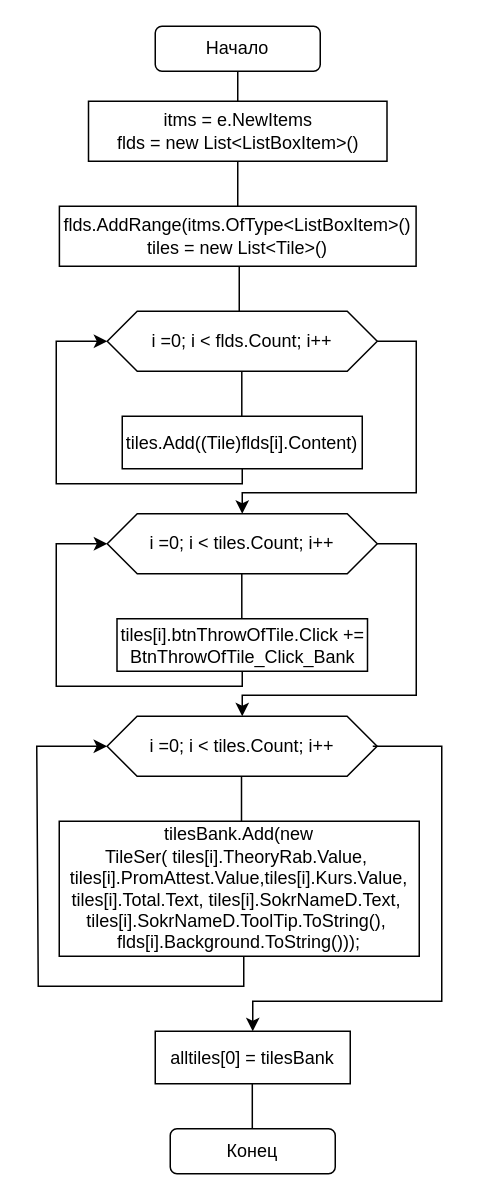
Above: Block_sheme/Main_window/Dobavlenie_dicsipliny_v_bank/Dobavlenie_dicsipliny_v_bank.drawio in iCosmos76/Curriculum-Designer (draw.io), before the change. Source tidied: cells renumbered, new cells numbered last; positions are measured from the earlier drawing's top-left corner, leaving out a move shared by most shapes. Both pictures are drawn from the tidied source at 150%, with x=0, y=0 at pixel (36, 26).
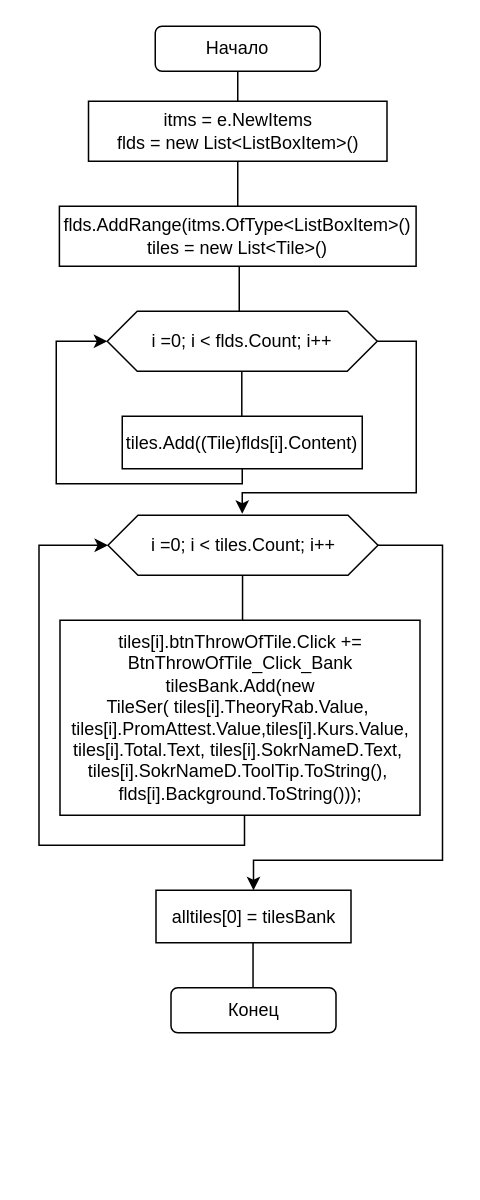
After the change.

Diff of the diagram source:
```diff
@@
-    <mxCell id="12" value="tiles[i].btnThrowOfTile.Click += BtnThrowOfTile_Click_Bank" style="rounded=0;whiteSpace=wrap;html=1;" parent="1" vertex="1">
-      <mxGeometry x="53.5" y="395" width="167" height="35" as="geometry" />
-    </mxCell>
-    <mxCell id="13" style="endArrow=none;html=1;rounded=0;entryX=0.5;entryY=1;entryDx=0;entryDy=0;" parent="1" edge="1">
-      <mxGeometry relative="1" as="geometry">
-        <mxPoint x="136.7" y="395" as="sourcePoint" />
-        <mxPoint x="136.7" y="365" as="targetPoint" />
-      </mxGeometry>
-    </mxCell>
-    <mxCell id="14" style="endArrow=none;html=1;rounded=0;exitX=0;exitY=0.5;exitDx=0;exitDy=0;startArrow=classic;startFill=1;" parent="1" edge="1" source="15">
-      <mxGeometry relative="1" as="geometry">
-        <mxPoint x="137" y="430" as="targetPoint" />
-        <Array as="points">
-          <mxPoint x="13" y="345" />
-          <mxPoint x="13" y="440" />
-          <mxPoint x="137" y="440" />
-        </Array>
-      </mxGeometry>
-    </mxCell>
-    <mxCell id="15" value="&lt;span&gt;i =0; i &amp;lt; tiles.Count; i++&lt;/span&gt;" style="shape=hexagon;perimeter=hexagonPerimeter2;whiteSpace=wrap;html=1;fixedSize=1;" parent="1" vertex="1">
-      <mxGeometry x="47" y="325" width="180" height="40" as="geometry" />
-    </mxCell>
-    <mxCell id="16" style="endArrow=none;html=1;rounded=0;exitX=0.5;exitY=0;exitDx=0;exitDy=0;startArrow=classic;startFill=1;entryX=1;entryY=0.5;entryDx=0;entryDy=0;" parent="1" edge="1" target="15">
-      <mxGeometry relative="1" as="geometry">
-        <mxPoint x="137" y="460" as="sourcePoint" />
-        <Array as="points">
-          <mxPoint x="137" y="446" />
-          <mxPoint x="253" y="446" />
-          <mxPoint x="253" y="345" />
-        </Array>
-      </mxGeometry>
-    </mxCell>
-    <mxCell id="17" value="&lt;div&gt;tilesBank.Add(new TileSer(&amp;nbsp;&lt;span&gt;tiles[i].TheoryRab.Value,&amp;nbsp;&lt;/span&gt;&lt;/div&gt;&lt;div&gt;&lt;span&gt;tiles[i].PromAttest.Value,&lt;/span&gt;&lt;span&gt;tiles[i].Kurs.Value,&lt;/span&gt;&lt;/div&gt;&lt;div&gt;tiles[i].Total.Text,&amp;nbsp;&lt;span&gt;tiles[i].SokrNameD.Text,&amp;nbsp;&lt;/span&gt;&lt;/div&gt;&lt;div&gt;&lt;span&gt;tiles[i].SokrNameD.ToolTip.ToString(),&amp;nbsp;&lt;/span&gt;&lt;/div&gt;&lt;div&gt;&lt;span&gt;flds[i].Background.ToString()));&lt;/span&gt;&lt;/div&gt;" style="rounded=0;whiteSpace=wrap;html=1;" parent="1" vertex="1">
-      <mxGeometry x="15" y="530" width="240" height="90" as="geometry" />
+    <mxCell id="17" value="&lt;div&gt;tiles[i].btnThrowOfTile.Click += BtnThrowOfTile_Click_Bank&lt;br&gt;&lt;/div&gt;&lt;div&gt;tilesBank.Add(new TileSer(&amp;nbsp;&lt;span&gt;tiles[i].TheoryRab.Value,&amp;nbsp;&lt;/span&gt;&lt;/div&gt;&lt;div&gt;&lt;span&gt;tiles[i].PromAttest.Value,&lt;/span&gt;&lt;span&gt;tiles[i].Kurs.Value,&lt;/span&gt;&lt;/div&gt;&lt;div&gt;tiles[i].Total.Text,&amp;nbsp;&lt;span&gt;tiles[i].SokrNameD.Text,&amp;nbsp;&lt;/span&gt;&lt;/div&gt;&lt;div&gt;&lt;span&gt;tiles[i].SokrNameD.ToolTip.ToString(),&amp;nbsp;&lt;/span&gt;&lt;/div&gt;&lt;div&gt;&lt;span&gt;flds[i].Background.ToString()));&lt;/span&gt;&lt;/div&gt;" style="rounded=0;whiteSpace=wrap;html=1;" parent="1" vertex="1">
+      <mxGeometry x="15.5" y="396" width="240" height="130" as="geometry" />
     </mxCell>
     <mxCell id="18" style="endArrow=none;html=1;rounded=0;entryX=0.5;entryY=1;entryDx=0;entryDy=0;" parent="1" edge="1">
       <mxGeometry relative="1" as="geometry">
-        <mxPoint x="136.5" y="530" as="sourcePoint" />
-        <mxPoint x="136.5" y="500" as="targetPoint" />
+        <mxPoint x="137.2" y="396" as="sourcePoint" />
+        <mxPoint x="137.2" y="366" as="targetPoint" />
       </mxGeometry>
     </mxCell>
     <mxCell id="19" style="endArrow=none;html=1;rounded=0;exitX=0;exitY=0.5;exitDx=0;exitDy=0;startArrow=classic;startFill=1;" parent="1" edge="1" source="20">
       <mxGeometry relative="1" as="geometry">
-        <mxPoint x="138" y="620" as="targetPoint" />
+        <mxPoint x="138.5" y="526" as="targetPoint" />
         <Array as="points">
-          <mxPoint y="480" />
-          <mxPoint x="1" y="640" />
-          <mxPoint x="138" y="640" />
+          <mxPoint x="1.5" y="346" />
+          <mxPoint x="1.5" y="546" />
+          <mxPoint x="138.5" y="546" />
         </Array>
       </mxGeometry>
     </mxCell>
     <mxCell id="20" value="&lt;span&gt;i =0; i &amp;lt; tiles.Count; i++&lt;/span&gt;" style="shape=hexagon;perimeter=hexagonPerimeter2;whiteSpace=wrap;html=1;fixedSize=1;" parent="1" vertex="1">
-      <mxGeometry x="46.9" y="460" width="180" height="40" as="geometry" />
+      <mxGeometry x="47.5" y="326" width="180" height="40" as="geometry" />
     </mxCell>
     <mxCell id="21" value="alltiles[0] = tilesBank" style="rounded=0;whiteSpace=wrap;html=1;" parent="1" vertex="1">
-      <mxGeometry x="79" y="670" width="130" height="35" as="geometry" />
+      <mxGeometry x="79.5" y="576" width="130" height="35" as="geometry" />
     </mxCell>
@@
-    <mxCell id="23" style="endArrow=none;html=1;rounded=0;startArrow=classic;startFill=1;entryX=1;entryY=0.5;entryDx=0;entryDy=0;exitX=0.5;exitY=0;exitDx=0;exitDy=0;" parent="1" edge="1" source="21">
+    <mxCell id="23" style="endArrow=none;html=1;rounded=0;startArrow=classic;startFill=1;entryX=1;entryY=0.5;entryDx=0;entryDy=0;exitX=0.5;exitY=0;exitDx=0;exitDy=0;" parent="1" edge="1" source="21" target="20">
       <mxGeometry relative="1" as="geometry">
-        <mxPoint x="224" y="480" as="targetPoint" />
         <Array as="points">
-          <mxPoint x="144" y="650" />
-          <mxPoint x="270" y="650" />
-          <mxPoint x="270" y="480" />
+          <mxPoint x="144.5" y="556" />
+          <mxPoint x="270.5" y="556" />
+          <mxPoint x="270.5" y="346" />
         </Array>
       </mxGeometry>
     </mxCell>
     <mxCell id="24" value="Конец" style="rounded=1;whiteSpace=wrap;html=1;" parent="1" vertex="1">
-      <mxGeometry x="89" y="735" width="110" height="30" as="geometry" />
+      <mxGeometry x="89.5" y="641" width="110" height="30" as="geometry" />
     </mxCell>
     <mxCell id="25" style="endArrow=none;html=1;rounded=0;entryX=0.5;entryY=1;entryDx=0;entryDy=0;" parent="1" edge="1">
       <mxGeometry relative="1" as="geometry">
-        <mxPoint x="143.7" y="735" as="sourcePoint" />
-        <mxPoint x="143.7" y="705" as="targetPoint" />
+        <mxPoint x="144.2" y="641" as="sourcePoint" />
+        <mxPoint x="144.2" y="611" as="targetPoint" />
       </mxGeometry>
     </mxCell>
```
